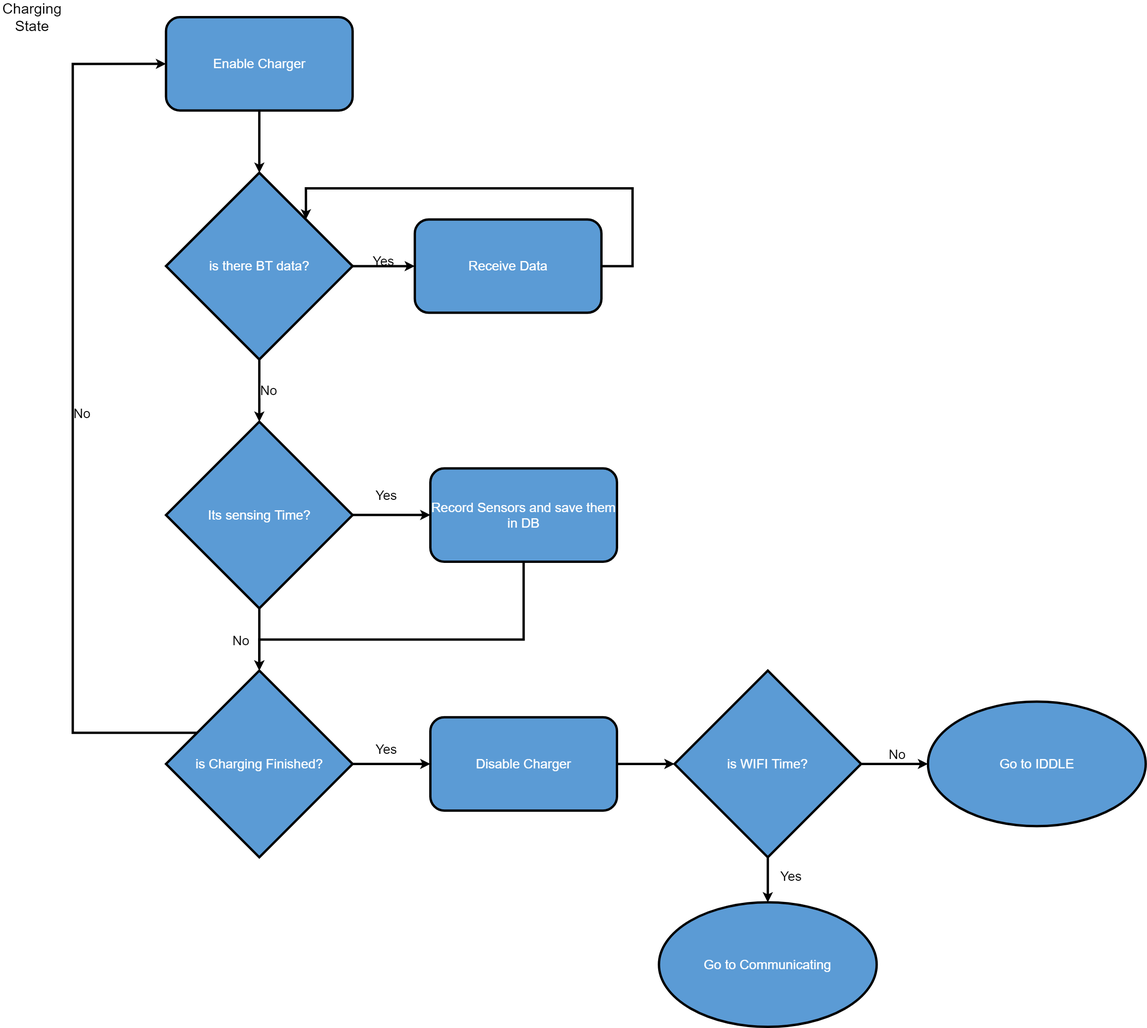
Before: Informe/Ingenieria de Detalle/ImagenesIngenieria de Detalle/diagrama_flujo_charging.png, a diagram exported from draw.io (tlondero/Dise-o). Source tidied: cells renumbered, new cells last; positions are measured from the earlier drawing's top-left corner, leaving out a move shared by most shapes. Its diagram source:
```xml
<mxGraphModel>
  <root>
    <mxCell id="0" />
    <mxCell id="1" parent="0" />
    <mxCell id="2" style="edgeStyle=orthogonalEdgeStyle;rounded=0;orthogonalLoop=1;jettySize=auto;html=1;entryX=0;entryY=0.5;entryDx=0;entryDy=0;" parent="1" edge="1">
      <mxGeometry relative="1" as="geometry">
        <mxPoint x="130" y="260" as="targetPoint" />
        <Array as="points">
          <mxPoint x="360" y="820" />
          <mxPoint x="80" y="820" />
          <mxPoint x="80" y="260" />
        </Array>
      </mxGeometry>
    </mxCell>
    <mxCell id="3" style="group;strokeWidth=5;fontSize=28;" parent="1" vertex="1">
      <mxGeometry width="2434.7" height="2180" as="geometry" />
    </mxCell>
    <mxCell id="4" value="Charging&lt;br style=&quot;font-size: 31px;&quot;&gt;State" style="text;html=1;strokeColor=none;fillColor=none;align=center;verticalAlign=middle;whiteSpace=wrap;rounded=0;strokeWidth=5;fontSize=31;" parent="3" vertex="1">
      <mxGeometry width="132.3" height="66.2" as="geometry" />
    </mxCell>
    <mxCell id="5" value="Enable Charger" style="rounded=1;whiteSpace=wrap;html=1;fillColor=#5B9BD5;fontColor=#FFFFFF;strokeWidth=5;fontSize=28;" parent="3" vertex="1">
      <mxGeometry x="350.7" y="33.1" width="397" height="198.5" as="geometry" />
    </mxCell>
    <mxCell id="6" value="No" style="edgeStyle=orthogonalEdgeStyle;rounded=0;jettySize=auto;html=1;entryX=0;entryY=0.5;entryDx=0;entryDy=0;labelBackgroundColor=none;strokeWidth=5;fontSize=28;" parent="3" edge="1" source="7" target="5">
      <mxGeometry y="-20" relative="1" as="geometry">
        <Array as="points">
          <mxPoint x="152.2" y="1554.8" />
          <mxPoint x="152.2" y="132.3" />
        </Array>
      </mxGeometry>
    </mxCell>
    <mxCell id="7" value="&lt;font style=&quot;font-size: 28px;&quot;&gt;is Charging Finished?&lt;/font&gt;" style="rhombus;whiteSpace=wrap;html=1;fillColor=#5B9BD5;fontColor=#FFFFFF;strokeWidth=5;fontSize=28;" parent="3" vertex="1">
      <mxGeometry x="350.7" y="1422.5" width="397" height="397" as="geometry" />
    </mxCell>
    <mxCell id="8" value="&lt;font style=&quot;font-size: 28px;&quot;&gt;is there BT data?&lt;/font&gt;" style="rhombus;whiteSpace=wrap;html=1;fillColor=#5B9BD5;fontColor=#FFFFFF;strokeWidth=5;fontSize=28;" parent="3" vertex="1">
      <mxGeometry x="350.7" y="363.9" width="397" height="397" as="geometry" />
    </mxCell>
    <mxCell id="9" style="edgeStyle=orthogonalEdgeStyle;rounded=0;jettySize=auto;html=1;strokeWidth=5;fontSize=28;" parent="3" edge="1" source="5" target="8">
      <mxGeometry relative="1" as="geometry" />
    </mxCell>
    <mxCell id="10" style="edgeStyle=orthogonalEdgeStyle;rounded=0;jettySize=auto;html=1;entryX=1;entryY=0;entryDx=0;entryDy=0;strokeWidth=5;fontSize=28;" parent="3" edge="1" source="11" target="8">
      <mxGeometry relative="1" as="geometry">
        <Array as="points">
          <mxPoint x="1343.1" y="562.4" />
          <mxPoint x="1343.1" y="397" />
          <mxPoint x="648.4" y="397" />
        </Array>
      </mxGeometry>
    </mxCell>
    <mxCell id="11" value="Receive Data" style="rounded=1;whiteSpace=wrap;html=1;fillColor=#5B9BD5;fontColor=#FFFFFF;strokeWidth=5;fontSize=28;" parent="3" vertex="1">
      <mxGeometry x="879.9" y="463.1" width="397" height="198.5" as="geometry" />
    </mxCell>
    <mxCell id="12" value="Yes" style="edgeStyle=orthogonalEdgeStyle;rounded=0;jettySize=auto;html=1;labelBackgroundColor=none;strokeWidth=5;fontSize=28;" parent="3" edge="1" source="8" target="11">
      <mxGeometry y="10" relative="1" as="geometry" />
    </mxCell>
    <mxCell id="13" value="&lt;font style=&quot;font-size: 28px;&quot;&gt;is WIFI Time?&lt;/font&gt;" style="rhombus;whiteSpace=wrap;html=1;fillColor=#5B9BD5;fontColor=#FFFFFF;strokeWidth=5;fontSize=28;" parent="3" vertex="1">
      <mxGeometry x="1432.4" y="1422.5" width="397" height="397" as="geometry" />
    </mxCell>
    <mxCell id="14" value="Go to IDDLE" style="ellipse;whiteSpace=wrap;html=1;fillColor=#5B9BD5;fontColor=#FFFFFF;strokeWidth=5;fontSize=28;" parent="3" vertex="1">
      <mxGeometry x="1971.6" y="1488.6" width="463.1" height="264.6" as="geometry" />
    </mxCell>
    <mxCell id="15" value="No" style="edgeStyle=orthogonalEdgeStyle;rounded=0;jettySize=auto;html=1;labelBackgroundColor=none;strokeWidth=5;fontSize=28;" parent="3" edge="1" source="13" target="14">
      <mxGeometry x="0.07" y="20" relative="1" as="geometry" />
    </mxCell>
    <mxCell id="16" value="Go to Communicating" style="ellipse;whiteSpace=wrap;html=1;fillColor=#5B9BD5;fontColor=#FFFFFF;strokeWidth=5;fontSize=28;" parent="3" vertex="1">
      <mxGeometry x="1399.3" y="1915.4" width="463.1" height="264.6" as="geometry" />
    </mxCell>
    <mxCell id="17" value="Yes" style="edgeStyle=orthogonalEdgeStyle;rounded=0;jettySize=auto;html=1;labelBackgroundColor=none;strokeWidth=5;fontSize=28;" parent="3" edge="1" source="13" target="16">
      <mxGeometry x="-0.15" y="49" relative="1" as="geometry">
        <mxPoint y="1" as="offset" />
      </mxGeometry>
    </mxCell>
    <mxCell id="18" style="edgeStyle=orthogonalEdgeStyle;rounded=0;jettySize=auto;html=1;strokeWidth=5;fontSize=28;" parent="3" edge="1" source="19" target="13">
      <mxGeometry relative="1" as="geometry" />
    </mxCell>
    <mxCell id="19" value="Disable Charger" style="rounded=1;whiteSpace=wrap;html=1;fillColor=#5B9BD5;fontColor=#FFFFFF;strokeWidth=5;fontSize=28;" parent="3" vertex="1">
      <mxGeometry x="913" y="1521.7" width="397" height="198.5" as="geometry" />
    </mxCell>
    <mxCell id="20" value="Yes" style="edgeStyle=orthogonalEdgeStyle;rounded=0;jettySize=auto;html=1;labelBackgroundColor=none;strokeWidth=5;fontSize=28;" parent="3" edge="1" source="7" target="19">
      <mxGeometry x="-0.12" y="31" relative="1" as="geometry" />
    </mxCell>
    <mxCell id="21" value="No" style="edgeStyle=orthogonalEdgeStyle;rounded=0;jettySize=auto;html=1;fontSize=28;strokeWidth=5;" parent="3" edge="1" source="22" target="7">
      <mxGeometry x="0.06" y="-39" relative="1" as="geometry" />
    </mxCell>
    <mxCell id="22" value="Its sensing Time?" style="rhombus;whiteSpace=wrap;html=1;fillColor=#5B9BD5;fontColor=#FFFFFF;strokeWidth=5;fontSize=28;" parent="3" vertex="1">
      <mxGeometry x="350.7" y="893.2" width="397" height="397" as="geometry" />
    </mxCell>
    <mxCell id="23" value="No" style="edgeStyle=orthogonalEdgeStyle;rounded=0;jettySize=auto;html=1;fontSize=28;strokeWidth=5;" parent="3" edge="1" source="8" target="22">
      <mxGeometry y="20" relative="1" as="geometry" />
    </mxCell>
    <mxCell id="24" style="edgeStyle=orthogonalEdgeStyle;rounded=0;jettySize=auto;html=1;entryX=0.5;entryY=0;entryDx=0;entryDy=0;fontSize=28;strokeWidth=5;" parent="3" edge="1" source="25" target="7">
      <mxGeometry relative="1" as="geometry">
        <Array as="points">
          <mxPoint x="1111.5" y="1356.3" />
          <mxPoint x="549.1" y="1356.3" />
        </Array>
      </mxGeometry>
    </mxCell>
    <mxCell id="25" value="Record Sensors and save them in DB" style="rounded=1;whiteSpace=wrap;html=1;fillColor=#5B9BD5;fontColor=#FFFFFF;strokeWidth=5;fontSize=28;" parent="3" vertex="1">
      <mxGeometry x="913" y="992.4" width="397" height="198.5" as="geometry" />
    </mxCell>
    <mxCell id="26" value="Yes" style="edgeStyle=orthogonalEdgeStyle;rounded=0;jettySize=auto;html=1;labelBackgroundColor=none;strokeWidth=5;fontSize=28;" parent="3" edge="1" source="22" target="25">
      <mxGeometry x="-0.12" y="42" relative="1" as="geometry" />
    </mxCell>
  </root>
</mxGraphModel>
```
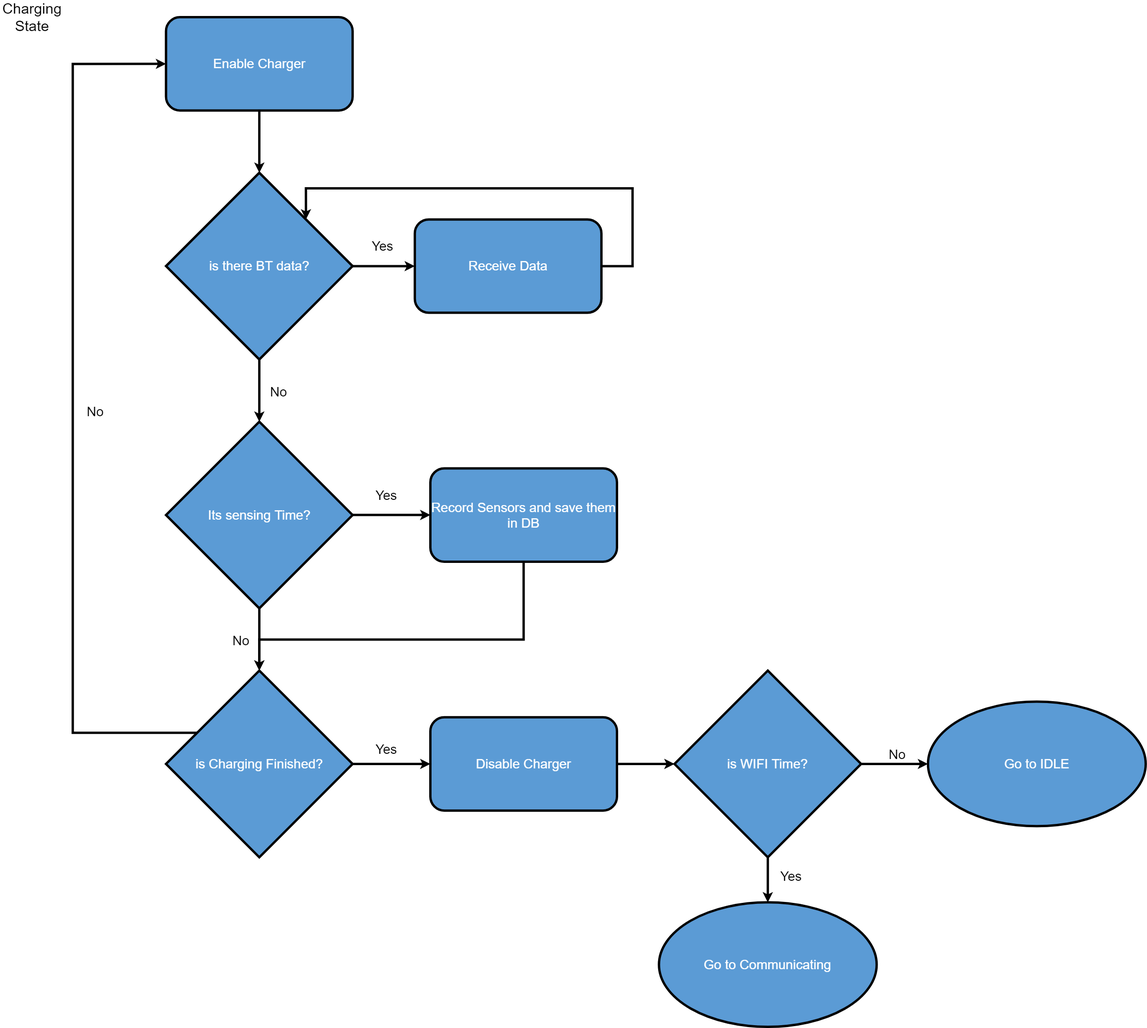
The same diagram one commit later.

Commit message:
IDDLE por IDLE

Change to the diagram source:
```diff
@@ -22,11 +22,12 @@
       <mxGeometry x="350.7" y="33.1" width="397" height="198.5" as="geometry" />
     </mxCell>
     <mxCell id="6" value="No" style="edgeStyle=orthogonalEdgeStyle;rounded=0;jettySize=auto;html=1;entryX=0;entryY=0.5;entryDx=0;entryDy=0;labelBackgroundColor=none;strokeWidth=5;fontSize=28;" parent="3" edge="1" source="7" target="5">
-      <mxGeometry y="-20" relative="1" as="geometry">
+      <mxGeometry x="0.01" y="-48" relative="1" as="geometry">
         <Array as="points">
           <mxPoint x="152.2" y="1554.8" />
           <mxPoint x="152.2" y="132.3" />
         </Array>
+        <mxPoint y="1" as="offset" />
       </mxGeometry>
     </mxCell>
     <mxCell id="7" value="&lt;font style=&quot;font-size: 28px;&quot;&gt;is Charging Finished?&lt;/font&gt;" style="rhombus;whiteSpace=wrap;html=1;fillColor=#5B9BD5;fontColor=#FFFFFF;strokeWidth=5;fontSize=28;" parent="3" vertex="1">
@@ -51,12 +52,14 @@
       <mxGeometry x="879.9" y="463.1" width="397" height="198.5" as="geometry" />
     </mxCell>
     <mxCell id="12" value="Yes" style="edgeStyle=orthogonalEdgeStyle;rounded=0;jettySize=auto;html=1;labelBackgroundColor=none;strokeWidth=5;fontSize=28;" parent="3" edge="1" source="8" target="11">
-      <mxGeometry y="10" relative="1" as="geometry" />
+      <mxGeometry x="-0.06" y="42" relative="1" as="geometry">
+        <mxPoint x="1" as="offset" />
+      </mxGeometry>
     </mxCell>
     <mxCell id="13" value="&lt;font style=&quot;font-size: 28px;&quot;&gt;is WIFI Time?&lt;/font&gt;" style="rhombus;whiteSpace=wrap;html=1;fillColor=#5B9BD5;fontColor=#FFFFFF;strokeWidth=5;fontSize=28;" parent="3" vertex="1">
       <mxGeometry x="1432.4" y="1422.5" width="397" height="397" as="geometry" />
     </mxCell>
-    <mxCell id="14" value="Go to IDDLE" style="ellipse;whiteSpace=wrap;html=1;fillColor=#5B9BD5;fontColor=#FFFFFF;strokeWidth=5;fontSize=28;" parent="3" vertex="1">
+    <mxCell id="14" value="Go to IDLE" style="ellipse;whiteSpace=wrap;html=1;fillColor=#5B9BD5;fontColor=#FFFFFF;strokeWidth=5;fontSize=28;" parent="3" vertex="1">
       <mxGeometry x="1971.6" y="1488.6" width="463.1" height="264.6" as="geometry" />
     </mxCell>
     <mxCell id="15" value="No" style="edgeStyle=orthogonalEdgeStyle;rounded=0;jettySize=auto;html=1;labelBackgroundColor=none;strokeWidth=5;fontSize=28;" parent="3" edge="1" source="13" target="14">
@@ -86,7 +89,9 @@
       <mxGeometry x="350.7" y="893.2" width="397" height="397" as="geometry" />
     </mxCell>
     <mxCell id="23" value="No" style="edgeStyle=orthogonalEdgeStyle;rounded=0;jettySize=auto;html=1;fontSize=28;strokeWidth=5;" parent="3" edge="1" source="8" target="22">
-      <mxGeometry y="20" relative="1" as="geometry" />
+      <mxGeometry x="0.05" y="41" relative="1" as="geometry">
+        <mxPoint y="1" as="offset" />
+      </mxGeometry>
     </mxCell>
     <mxCell id="24" style="edgeStyle=orthogonalEdgeStyle;rounded=0;jettySize=auto;html=1;entryX=0.5;entryY=0;entryDx=0;entryDy=0;fontSize=28;strokeWidth=5;" parent="3" edge="1" source="25" target="7">
       <mxGeometry relative="1" as="geometry">
```
